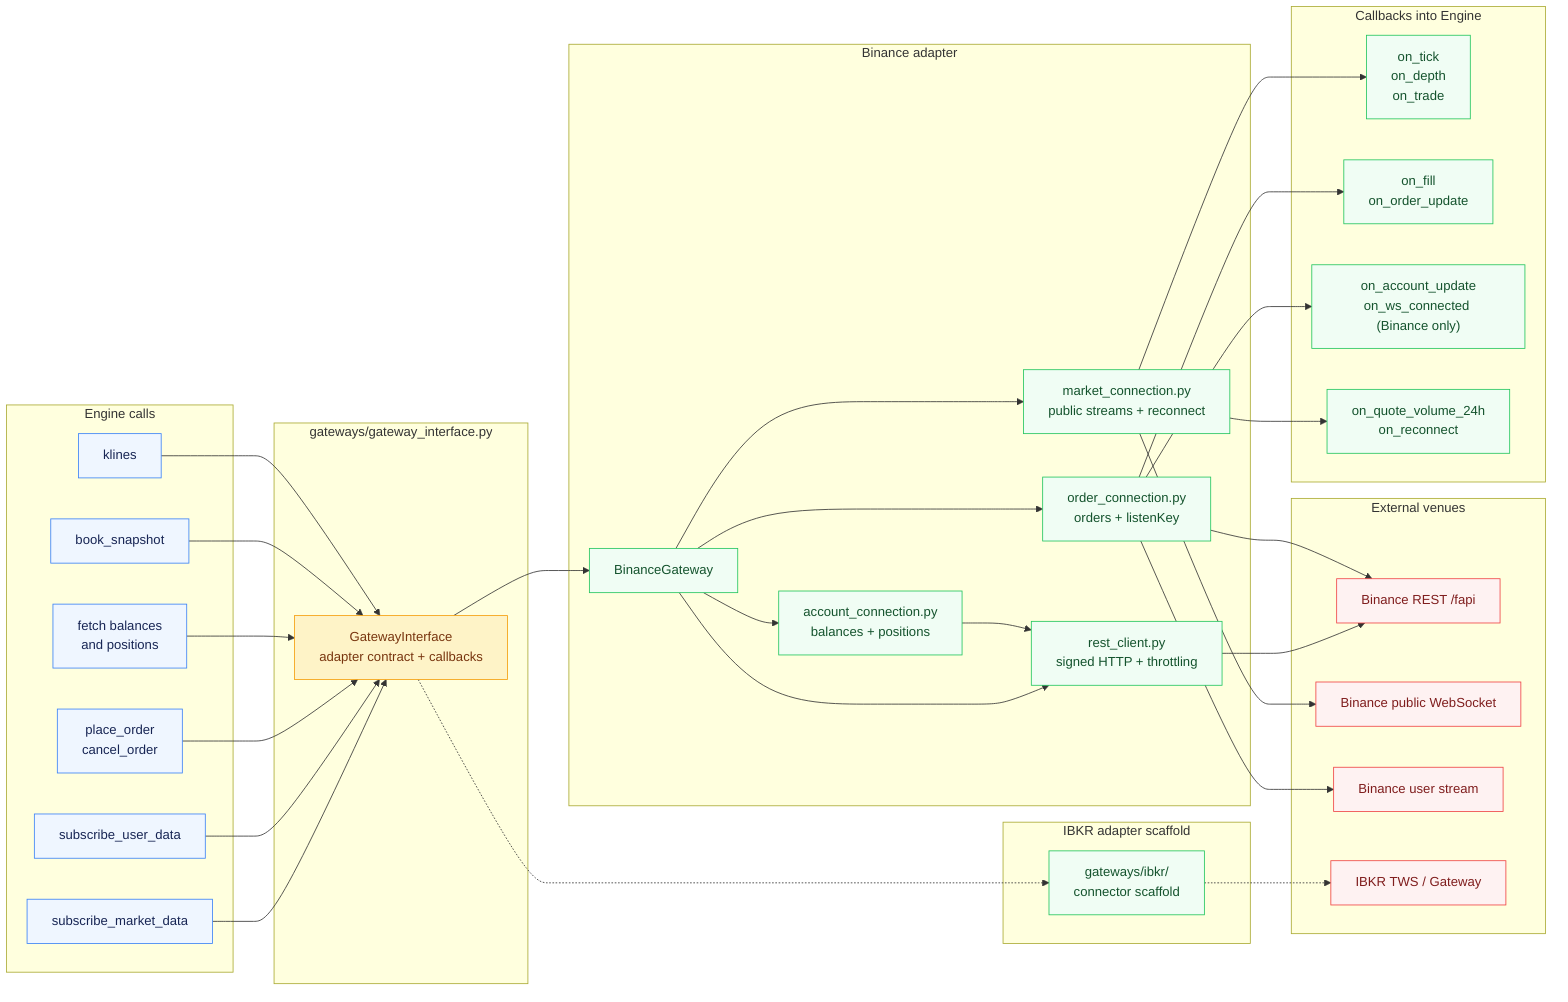
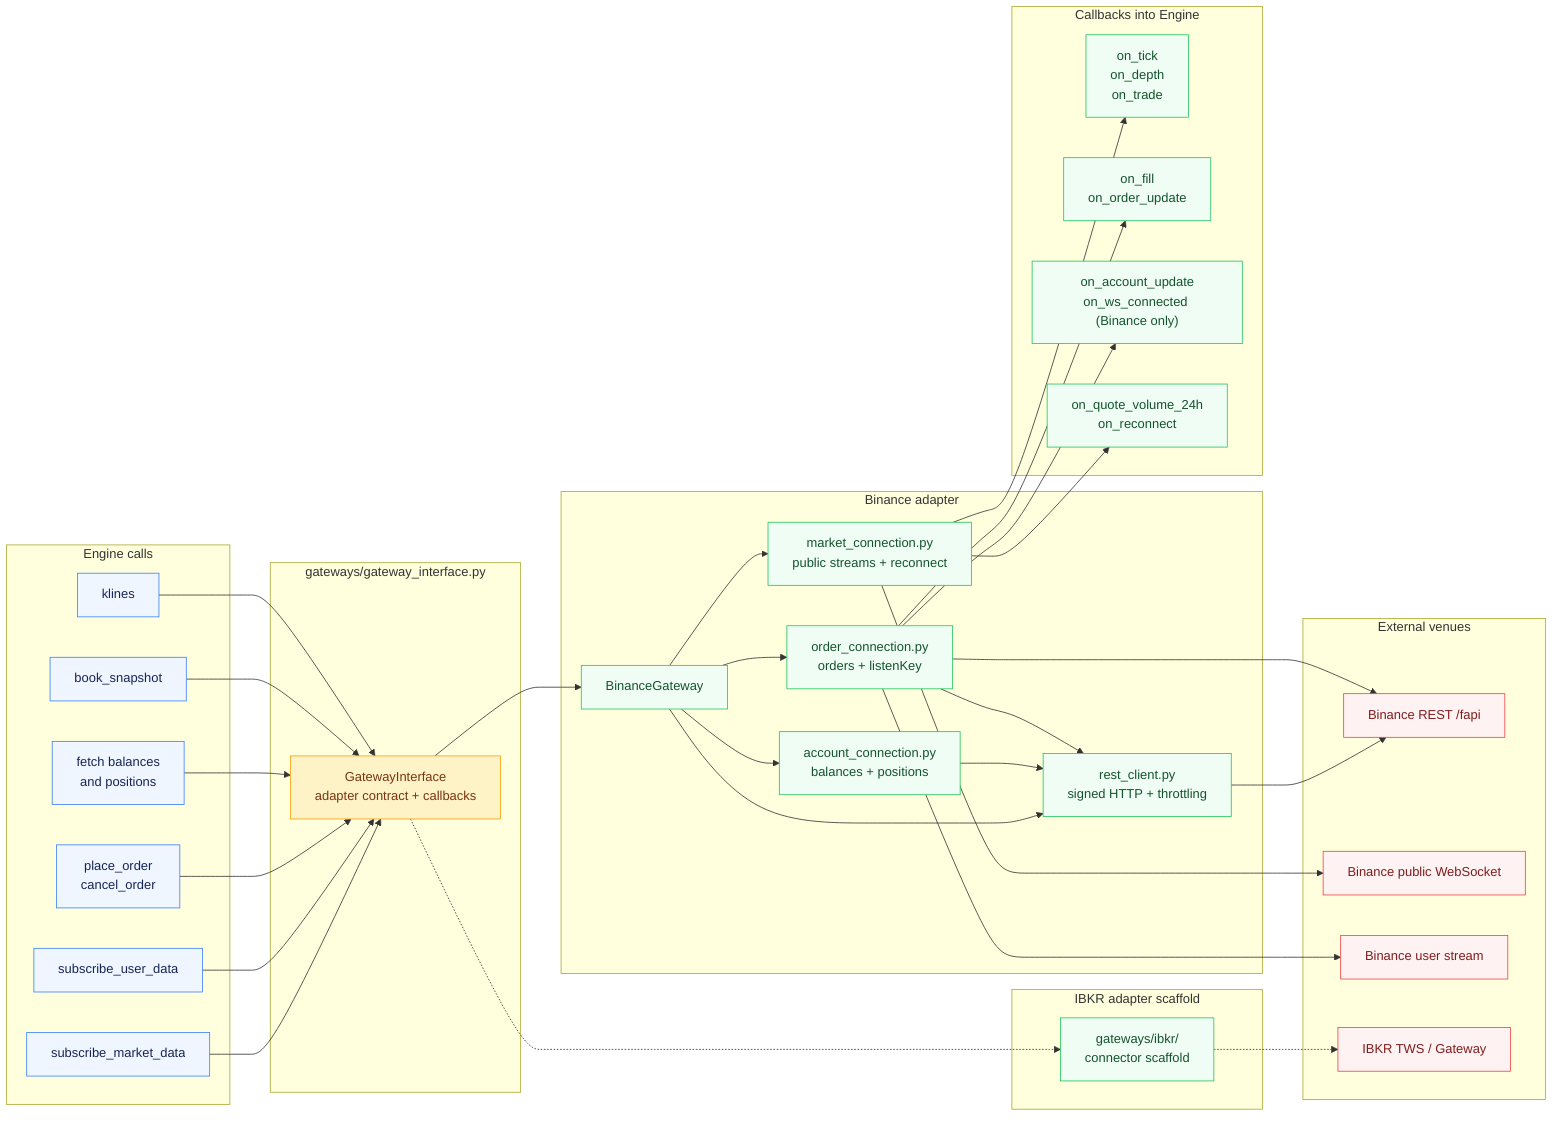
%% Gateway seam - venue-agnostic engine and exchange adapters
flowchart LR
    subgraph Engine["Engine calls"]
        MKT_SUB["subscribe_market_data"]
        USER_SUB["subscribe_user_data"]
        ORDERS["place_order<br/>cancel_order"]
        ACCOUNT["fetch balances<br/>and positions"]
        BOOK["book_snapshot"]
        KLINES["klines"]
    end

    subgraph Interface["gateways/gateway_interface.py"]
        ABC["GatewayInterface<br/>adapter contract + callbacks"]
    end

    subgraph Binance["Binance adapter"]
        BG["BinanceGateway"]
        REST["rest_client.py<br/>signed HTTP + throttling"]
        MARKET["market_connection.py<br/>public streams + reconnect"]
        ORDER["order_connection.py<br/>orders + listenKey"]
        ACCT["account_connection.py<br/>balances + positions"]
        BG --> REST
        BG --> MARKET
        BG --> ORDER
        BG --> ACCT
        ACCT --> REST
+         ORDER --> REST
    end

    subgraph IBKR["IBKR adapter scaffold"]
        IB["gateways/ibkr/<br/>connector scaffold"]
    end

    subgraph Venue["External venues"]
        BREST["Binance REST /fapi"]
        BWS["Binance public WebSocket"]
        BUSR["Binance user stream"]
        TWS["IBKR TWS / Gateway"]
    end

    MKT_SUB --> ABC
    USER_SUB --> ABC
    ORDERS --> ABC
    ACCOUNT --> ABC
    BOOK --> ABC
    KLINES --> ABC

    ABC --> BG
    ABC -.-> IB
    REST --> BREST
    ORDER --> BREST
    MARKET --> BWS
    ORDER --> BUSR
    IB -.-> TWS

    subgraph Callbacks["Callbacks into Engine"]
        MARKET_CB["on_tick<br/>on_depth<br/>on_trade"]
        ORDER_CB["on_fill<br/>on_order_update"]
        ACCOUNT_CB["on_account_update<br/>on_ws_connected (Binance only)"]
        META_CB["on_quote_volume_24h<br/>on_reconnect"]
    end

    MARKET --> MARKET_CB
    ORDER --> ORDER_CB
    ORDER --> ACCOUNT_CB
    MARKET --> META_CB

    classDef engine fill:#eff6ff,stroke:#3b82f6,color:#172554
    classDef seam fill:#fef3c7,stroke:#f59e0b,color:#78350f
    classDef adapter fill:#f0fdf4,stroke:#22c55e,color:#14532d
    classDef venue fill:#fef2f2,stroke:#ef4444,color:#7f1d1d

    class MKT_SUB,USER_SUB,ORDERS,ACCOUNT,BOOK,KLINES engine
    class ABC seam
    class BG,REST,MARKET,ORDER,ACCT,IB,MARKET_CB,ORDER_CB,ACCOUNT_CB,META_CB adapter
    class BREST,BWS,BUSR,TWS venue
